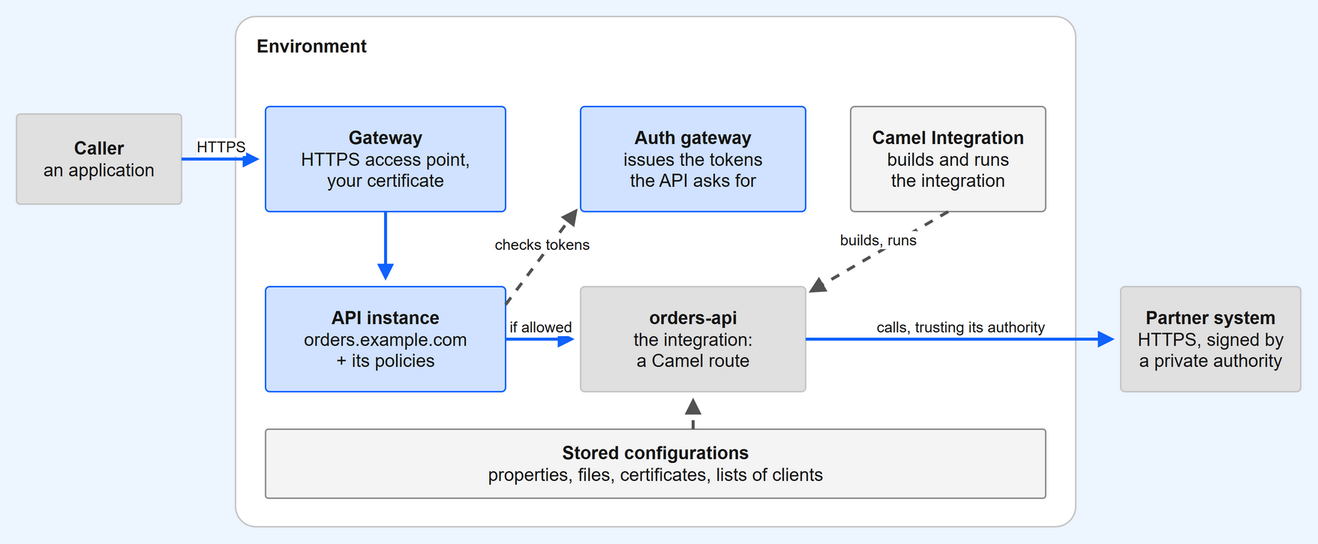
This is static/img/tutorial/architecture.drawio.png from cml-x/docs, a draw.io export, as it was before one commit. Source tidied: cells renumbered, new cells last; positions are measured from the earlier drawing's top-left corner, leaving out a move shared by most shapes. The source it was exported from:
```xml
<mxGraphModel background="#EDF5FF">
  <root>
    <mxCell id="0" />
    <mxCell id="1" parent="0" />
    <mxCell id="2" value="&lt;b&gt;Caller&lt;/b&gt;&lt;br&gt;an application" style="rounded=1;arcSize=4;whiteSpace=wrap;html=1;fillColor=#E0E0E0;strokeColor=#C6C6C6;fontColor=#161616;fontSize=12;" parent="1" vertex="1">
      <mxGeometry y="65" width="110" height="60" as="geometry" />
    </mxCell>
    <mxCell id="3" value="Environment" style="rounded=1;arcSize=4;whiteSpace=wrap;html=1;fillColor=#FFFFFF;strokeColor=#C6C6C6;fontColor=#161616;fontSize=12;verticalAlign=top;align=left;spacingLeft=12;spacingTop=6;fontStyle=1;" parent="1" vertex="1">
      <mxGeometry x="146" width="560" height="340" as="geometry" />
    </mxCell>
    <mxCell id="4" value="&lt;b&gt;Gateway&lt;/b&gt;&lt;br&gt;HTTPS access point,&lt;br&gt;your certificate" style="rounded=1;arcSize=4;whiteSpace=wrap;html=1;fillColor=#D0E2FF;strokeColor=#0F62FE;fontColor=#161616;fontSize=12;" parent="1" vertex="1">
      <mxGeometry x="166" y="60" width="160" height="70" as="geometry" />
    </mxCell>
    <mxCell id="5" value="&lt;b&gt;API instance&lt;/b&gt;&lt;br&gt;orders.example.com&lt;br&gt;+ its policies" style="rounded=1;arcSize=4;whiteSpace=wrap;html=1;fillColor=#D0E2FF;strokeColor=#0F62FE;fontColor=#161616;fontSize=12;" parent="1" vertex="1">
      <mxGeometry x="166" y="180" width="160" height="70" as="geometry" />
    </mxCell>
    <mxCell id="6" value="&lt;b&gt;Auth gateway&lt;/b&gt;&lt;br&gt;issues the tokens&lt;br&gt;the API asks for" style="rounded=1;arcSize=4;whiteSpace=wrap;html=1;fillColor=#D0E2FF;strokeColor=#0F62FE;fontColor=#161616;fontSize=12;" parent="1" vertex="1">
      <mxGeometry x="376" y="60" width="150" height="70" as="geometry" />
    </mxCell>
    <mxCell id="7" value="&lt;b&gt;orders-api&lt;/b&gt;&lt;br&gt;the integration:&lt;br&gt;a Camel route" style="rounded=1;arcSize=4;whiteSpace=wrap;html=1;fillColor=#E0E0E0;strokeColor=#C6C6C6;fontColor=#161616;fontSize=12;" parent="1" vertex="1">
      <mxGeometry x="376" y="180" width="150" height="70" as="geometry" />
    </mxCell>
    <mxCell id="8" value="&lt;b&gt;Camel Integration&lt;/b&gt;&lt;br&gt;builds and runs&lt;br&gt;the integration" style="rounded=1;arcSize=4;whiteSpace=wrap;html=1;fillColor=#F4F4F4;strokeColor=#8D8D8D;fontColor=#161616;fontSize=12;" parent="1" vertex="1">
      <mxGeometry x="556" y="60" width="130" height="70" as="geometry" />
    </mxCell>
    <mxCell id="9" value="&lt;b&gt;Stored configurations&lt;/b&gt;&lt;br&gt;properties, files, certificates, lists of clients" style="rounded=1;arcSize=4;whiteSpace=wrap;html=1;fillColor=#F4F4F4;strokeColor=#8D8D8D;fontColor=#161616;fontSize=12;" parent="1" vertex="1">
      <mxGeometry x="166" y="275" width="520" height="46" as="geometry" />
    </mxCell>
    <mxCell id="10" value="&lt;b&gt;Partner system&lt;/b&gt;&lt;br&gt;HTTPS, signed by&lt;br&gt;a private authority" style="rounded=1;arcSize=4;whiteSpace=wrap;html=1;fillColor=#E0E0E0;strokeColor=#C6C6C6;fontColor=#161616;fontSize=12;" parent="1" vertex="1">
      <mxGeometry x="736" y="180" width="120" height="70" as="geometry" />
    </mxCell>
    <mxCell id="11" value="HTTPS" style="endArrow=block;html=1;strokeWidth=2;strokeColor=#0F62FE;fontSize=10;fontColor=#161616;verticalAlign=bottom;" parent="1" edge="1">
      <mxGeometry relative="1" as="geometry">
        <mxPoint x="110" y="95" as="sourcePoint" />
        <mxPoint x="162" y="95" as="targetPoint" />
      </mxGeometry>
    </mxCell>
    <mxCell id="12" style="endArrow=block;html=1;strokeWidth=2;strokeColor=#0F62FE;fontSize=10;fontColor=#161616;verticalAlign=bottom;" parent="1" edge="1">
      <mxGeometry relative="1" as="geometry">
        <mxPoint x="246" y="130" as="sourcePoint" />
        <mxPoint x="246" y="176" as="targetPoint" />
      </mxGeometry>
    </mxCell>
    <mxCell id="13" value="if allowed" style="endArrow=block;html=1;strokeWidth=2;strokeColor=#0F62FE;fontSize=10;fontColor=#161616;verticalAlign=bottom;" parent="1" edge="1">
      <mxGeometry relative="1" as="geometry">
        <mxPoint x="326" y="215" as="sourcePoint" />
        <mxPoint x="372" y="215" as="targetPoint" />
      </mxGeometry>
    </mxCell>
    <mxCell id="14" value="checks tokens" style="endArrow=block;html=1;strokeWidth=2;strokeColor=#525252;fontSize=10;fontColor=#161616;verticalAlign=bottom;dashed=1;" parent="1" edge="1">
      <mxGeometry relative="1" as="geometry">
        <mxPoint x="326" y="192" as="sourcePoint" />
        <mxPoint x="374" y="128" as="targetPoint" />
      </mxGeometry>
    </mxCell>
    <mxCell id="15" value="calls, trusting its authority" style="endArrow=block;html=1;strokeWidth=2;strokeColor=#0F62FE;fontSize=10;fontColor=#161616;verticalAlign=bottom;" parent="1" edge="1">
      <mxGeometry relative="1" as="geometry">
        <mxPoint x="526" y="215" as="sourcePoint" />
        <mxPoint x="732" y="215" as="targetPoint" />
      </mxGeometry>
    </mxCell>
    <mxCell id="16" value="builds, runs" style="endArrow=block;html=1;strokeWidth=2;strokeColor=#525252;fontSize=10;fontColor=#161616;verticalAlign=bottom;dashed=1;" parent="1" edge="1">
      <mxGeometry relative="1" as="geometry">
        <mxPoint x="621" y="130" as="sourcePoint" />
        <mxPoint x="528" y="184" as="targetPoint" />
      </mxGeometry>
    </mxCell>
    <mxCell id="17" style="endArrow=block;html=1;strokeWidth=2;strokeColor=#525252;fontSize=10;fontColor=#161616;verticalAlign=bottom;dashed=1;" parent="1" edge="1">
      <mxGeometry relative="1" as="geometry">
        <mxPoint x="451" y="275" as="sourcePoint" />
        <mxPoint x="451" y="254" as="targetPoint" />
      </mxGeometry>
    </mxCell>
  </root>
</mxGraphModel>
```
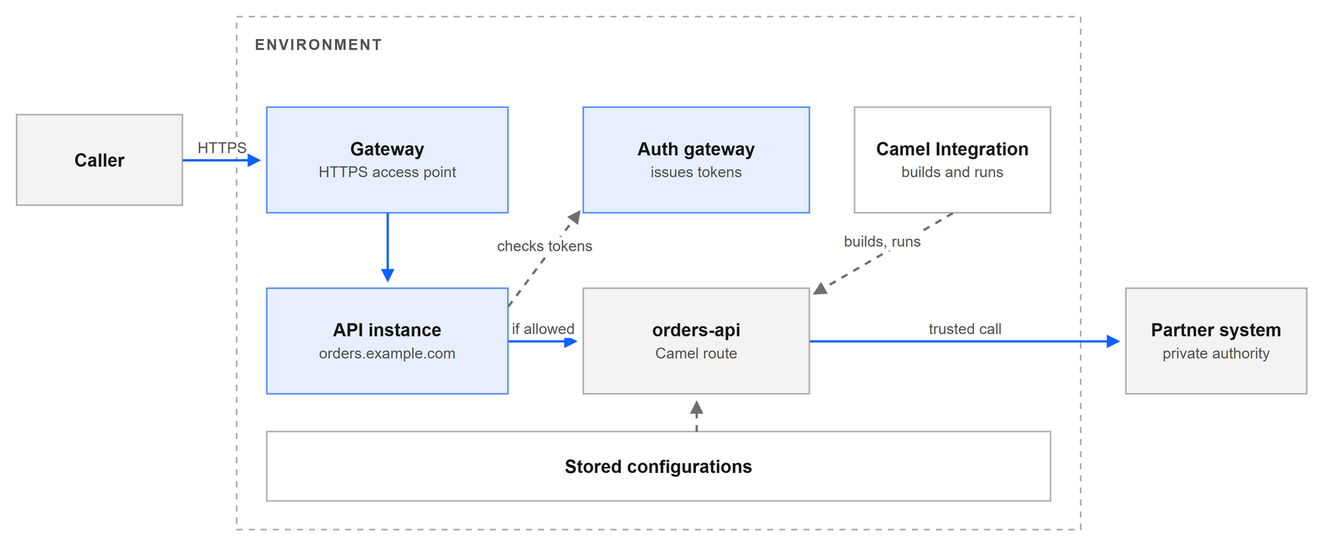
Above is the later version.

Diff of the diagram source:
```diff
@@ -1,71 +1,71 @@
-<mxGraphModel background="#EDF5FF">
+<mxGraphModel background="#FFFFFF">
   <root>
     <mxCell id="0" />
     <mxCell id="1" parent="0" />
-    <mxCell id="2" value="&lt;b&gt;Caller&lt;/b&gt;&lt;br&gt;an application" style="rounded=1;arcSize=4;whiteSpace=wrap;html=1;fillColor=#E0E0E0;strokeColor=#C6C6C6;fontColor=#161616;fontSize=12;" parent="1" vertex="1">
+    <mxCell id="2" value="&lt;b&gt;Caller&lt;/b&gt;" style="rounded=0;whiteSpace=wrap;html=1;strokeWidth=1;fontColor=#161616;fontSize=12;fillColor=#161616;fillOpacity=5;strokeColor=#8D8D8D;strokeOpacity=70;" parent="1" vertex="1">
       <mxGeometry y="65" width="110" height="60" as="geometry" />
     </mxCell>
-    <mxCell id="3" value="Environment" style="rounded=1;arcSize=4;whiteSpace=wrap;html=1;fillColor=#FFFFFF;strokeColor=#C6C6C6;fontColor=#161616;fontSize=12;verticalAlign=top;align=left;spacingLeft=12;spacingTop=6;fontStyle=1;" parent="1" vertex="1">
+    <mxCell id="3" value="&lt;span style=&quot;font-size:10px;color:#525252;letter-spacing:1px&quot;&gt;&lt;b&gt;ENVIRONMENT&lt;/b&gt;&lt;/span&gt;" style="rounded=0;whiteSpace=wrap;html=1;strokeWidth=1;fontColor=#161616;fontSize=12;fillColor=none;strokeColor=#A8A8A8;dashed=1;dashPattern=4 4;verticalAlign=top;align=left;spacingLeft=10;spacingTop=4;" parent="1" vertex="1">
       <mxGeometry x="146" width="560" height="340" as="geometry" />
     </mxCell>
-    <mxCell id="4" value="&lt;b&gt;Gateway&lt;/b&gt;&lt;br&gt;HTTPS access point,&lt;br&gt;your certificate" style="rounded=1;arcSize=4;whiteSpace=wrap;html=1;fillColor=#D0E2FF;strokeColor=#0F62FE;fontColor=#161616;fontSize=12;" parent="1" vertex="1">
+    <mxCell id="4" value="&lt;b&gt;Gateway&lt;/b&gt;&lt;br&gt;&lt;span style=&quot;font-size:10px;color:#525252&quot;&gt;HTTPS access point&lt;/span&gt;" style="rounded=0;whiteSpace=wrap;html=1;strokeWidth=1;fontColor=#161616;fontSize=12;fillColor=#0F62FE;fillOpacity=10;strokeColor=#0F62FE;strokeOpacity=70;" parent="1" vertex="1">
       <mxGeometry x="166" y="60" width="160" height="70" as="geometry" />
     </mxCell>
-    <mxCell id="5" value="&lt;b&gt;API instance&lt;/b&gt;&lt;br&gt;orders.example.com&lt;br&gt;+ its policies" style="rounded=1;arcSize=4;whiteSpace=wrap;html=1;fillColor=#D0E2FF;strokeColor=#0F62FE;fontColor=#161616;fontSize=12;" parent="1" vertex="1">
+    <mxCell id="5" value="&lt;b&gt;API instance&lt;/b&gt;&lt;br&gt;&lt;span style=&quot;font-size:10px;color:#525252&quot;&gt;orders.example.com&lt;/span&gt;" style="rounded=0;whiteSpace=wrap;html=1;strokeWidth=1;fontColor=#161616;fontSize=12;fillColor=#0F62FE;fillOpacity=10;strokeColor=#0F62FE;strokeOpacity=70;" parent="1" vertex="1">
       <mxGeometry x="166" y="180" width="160" height="70" as="geometry" />
     </mxCell>
-    <mxCell id="6" value="&lt;b&gt;Auth gateway&lt;/b&gt;&lt;br&gt;issues the tokens&lt;br&gt;the API asks for" style="rounded=1;arcSize=4;whiteSpace=wrap;html=1;fillColor=#D0E2FF;strokeColor=#0F62FE;fontColor=#161616;fontSize=12;" parent="1" vertex="1">
+    <mxCell id="6" value="&lt;b&gt;Auth gateway&lt;/b&gt;&lt;br&gt;&lt;span style=&quot;font-size:10px;color:#525252&quot;&gt;issues tokens&lt;/span&gt;" style="rounded=0;whiteSpace=wrap;html=1;strokeWidth=1;fontColor=#161616;fontSize=12;fillColor=#0F62FE;fillOpacity=10;strokeColor=#0F62FE;strokeOpacity=70;" parent="1" vertex="1">
       <mxGeometry x="376" y="60" width="150" height="70" as="geometry" />
     </mxCell>
-    <mxCell id="7" value="&lt;b&gt;orders-api&lt;/b&gt;&lt;br&gt;the integration:&lt;br&gt;a Camel route" style="rounded=1;arcSize=4;whiteSpace=wrap;html=1;fillColor=#E0E0E0;strokeColor=#C6C6C6;fontColor=#161616;fontSize=12;" parent="1" vertex="1">
+    <mxCell id="7" value="&lt;b&gt;orders-api&lt;/b&gt;&lt;br&gt;&lt;span style=&quot;font-size:10px;color:#525252&quot;&gt;Camel route&lt;/span&gt;" style="rounded=0;whiteSpace=wrap;html=1;strokeWidth=1;fontColor=#161616;fontSize=12;fillColor=#161616;fillOpacity=5;strokeColor=#8D8D8D;strokeOpacity=70;" parent="1" vertex="1">
       <mxGeometry x="376" y="180" width="150" height="70" as="geometry" />
     </mxCell>
-    <mxCell id="8" value="&lt;b&gt;Camel Integration&lt;/b&gt;&lt;br&gt;builds and runs&lt;br&gt;the integration" style="rounded=1;arcSize=4;whiteSpace=wrap;html=1;fillColor=#F4F4F4;strokeColor=#8D8D8D;fontColor=#161616;fontSize=12;" parent="1" vertex="1">
+    <mxCell id="8" value="&lt;b&gt;Camel Integration&lt;/b&gt;&lt;br&gt;&lt;span style=&quot;font-size:10px;color:#525252&quot;&gt;builds and runs&lt;/span&gt;" style="rounded=0;whiteSpace=wrap;html=1;strokeWidth=1;fontColor=#161616;fontSize=12;fillColor=none;strokeColor=#8D8D8D;strokeOpacity=70;" parent="1" vertex="1">
       <mxGeometry x="556" y="60" width="130" height="70" as="geometry" />
     </mxCell>
-    <mxCell id="9" value="&lt;b&gt;Stored configurations&lt;/b&gt;&lt;br&gt;properties, files, certificates, lists of clients" style="rounded=1;arcSize=4;whiteSpace=wrap;html=1;fillColor=#F4F4F4;strokeColor=#8D8D8D;fontColor=#161616;fontSize=12;" parent="1" vertex="1">
+    <mxCell id="9" value="&lt;b&gt;Stored configurations&lt;/b&gt;" style="rounded=0;whiteSpace=wrap;html=1;strokeWidth=1;fontColor=#161616;fontSize=12;fillColor=none;strokeColor=#8D8D8D;strokeOpacity=70;" parent="1" vertex="1">
       <mxGeometry x="166" y="275" width="520" height="46" as="geometry" />
     </mxCell>
-    <mxCell id="10" value="&lt;b&gt;Partner system&lt;/b&gt;&lt;br&gt;HTTPS, signed by&lt;br&gt;a private authority" style="rounded=1;arcSize=4;whiteSpace=wrap;html=1;fillColor=#E0E0E0;strokeColor=#C6C6C6;fontColor=#161616;fontSize=12;" parent="1" vertex="1">
+    <mxCell id="10" value="&lt;b&gt;Partner system&lt;/b&gt;&lt;br&gt;&lt;span style=&quot;font-size:10px;color:#525252&quot;&gt;private authority&lt;/span&gt;" style="rounded=0;whiteSpace=wrap;html=1;strokeWidth=1;fontColor=#161616;fontSize=12;fillColor=#161616;fillOpacity=5;strokeColor=#8D8D8D;strokeOpacity=70;" parent="1" vertex="1">
       <mxGeometry x="736" y="180" width="120" height="70" as="geometry" />
     </mxCell>
-    <mxCell id="11" value="HTTPS" style="endArrow=block;html=1;strokeWidth=2;strokeColor=#0F62FE;fontSize=10;fontColor=#161616;verticalAlign=bottom;" parent="1" edge="1">
+    <mxCell id="11" value="HTTPS" style="endArrow=block;html=1;strokeWidth=1.5;strokeColor=#0F62FE;fontSize=10;fontColor=#525252;verticalAlign=bottom;endSize=5;rounded=0;labelBackgroundColor=#FFFFFF;" parent="1" edge="1">
       <mxGeometry relative="1" as="geometry">
         <mxPoint x="110" y="95" as="sourcePoint" />
         <mxPoint x="162" y="95" as="targetPoint" />
       </mxGeometry>
     </mxCell>
-    <mxCell id="12" style="endArrow=block;html=1;strokeWidth=2;strokeColor=#0F62FE;fontSize=10;fontColor=#161616;verticalAlign=bottom;" parent="1" edge="1">
+    <mxCell id="12" style="endArrow=block;html=1;strokeWidth=1.5;strokeColor=#0F62FE;fontSize=10;fontColor=#525252;verticalAlign=bottom;endSize=5;rounded=0;labelBackgroundColor=#FFFFFF;" parent="1" edge="1">
       <mxGeometry relative="1" as="geometry">
         <mxPoint x="246" y="130" as="sourcePoint" />
         <mxPoint x="246" y="176" as="targetPoint" />
       </mxGeometry>
     </mxCell>
-    <mxCell id="13" value="if allowed" style="endArrow=block;html=1;strokeWidth=2;strokeColor=#0F62FE;fontSize=10;fontColor=#161616;verticalAlign=bottom;" parent="1" edge="1">
+    <mxCell id="13" value="if allowed" style="endArrow=block;html=1;strokeWidth=1.5;strokeColor=#0F62FE;fontSize=10;fontColor=#525252;verticalAlign=bottom;endSize=5;rounded=0;labelBackgroundColor=#FFFFFF;" parent="1" edge="1">
       <mxGeometry relative="1" as="geometry">
         <mxPoint x="326" y="215" as="sourcePoint" />
         <mxPoint x="372" y="215" as="targetPoint" />
       </mxGeometry>
     </mxCell>
-    <mxCell id="14" value="checks tokens" style="endArrow=block;html=1;strokeWidth=2;strokeColor=#525252;fontSize=10;fontColor=#161616;verticalAlign=bottom;dashed=1;" parent="1" edge="1">
+    <mxCell id="14" value="checks tokens" style="endArrow=block;html=1;strokeWidth=1.5;strokeColor=#6F6F6F;fontSize=10;fontColor=#525252;verticalAlign=bottom;dashed=1;endSize=5;rounded=0;labelBackgroundColor=#FFFFFF;" parent="1" edge="1">
       <mxGeometry relative="1" as="geometry">
         <mxPoint x="326" y="192" as="sourcePoint" />
         <mxPoint x="374" y="128" as="targetPoint" />
       </mxGeometry>
     </mxCell>
-    <mxCell id="15" value="calls, trusting its authority" style="endArrow=block;html=1;strokeWidth=2;strokeColor=#0F62FE;fontSize=10;fontColor=#161616;verticalAlign=bottom;" parent="1" edge="1">
+    <mxCell id="15" value="trusted call" style="endArrow=block;html=1;strokeWidth=1.5;strokeColor=#0F62FE;fontSize=10;fontColor=#525252;verticalAlign=bottom;endSize=5;rounded=0;labelBackgroundColor=#FFFFFF;" parent="1" edge="1">
       <mxGeometry relative="1" as="geometry">
         <mxPoint x="526" y="215" as="sourcePoint" />
         <mxPoint x="732" y="215" as="targetPoint" />
       </mxGeometry>
     </mxCell>
-    <mxCell id="16" value="builds, runs" style="endArrow=block;html=1;strokeWidth=2;strokeColor=#525252;fontSize=10;fontColor=#161616;verticalAlign=bottom;dashed=1;" parent="1" edge="1">
+    <mxCell id="16" value="builds, runs" style="endArrow=block;html=1;strokeWidth=1.5;strokeColor=#6F6F6F;fontSize=10;fontColor=#525252;verticalAlign=bottom;dashed=1;endSize=5;rounded=0;labelBackgroundColor=#FFFFFF;" parent="1" edge="1">
       <mxGeometry relative="1" as="geometry">
         <mxPoint x="621" y="130" as="sourcePoint" />
         <mxPoint x="528" y="184" as="targetPoint" />
       </mxGeometry>
     </mxCell>
-    <mxCell id="17" style="endArrow=block;html=1;strokeWidth=2;strokeColor=#525252;fontSize=10;fontColor=#161616;verticalAlign=bottom;dashed=1;" parent="1" edge="1">
+    <mxCell id="17" style="endArrow=block;html=1;strokeWidth=1.5;strokeColor=#6F6F6F;fontSize=10;fontColor=#525252;verticalAlign=bottom;dashed=1;endSize=5;rounded=0;labelBackgroundColor=#FFFFFF;" parent="1" edge="1">
       <mxGeometry relative="1" as="geometry">
         <mxPoint x="451" y="275" as="sourcePoint" />
         <mxPoint x="451" y="254" as="targetPoint" />
```
